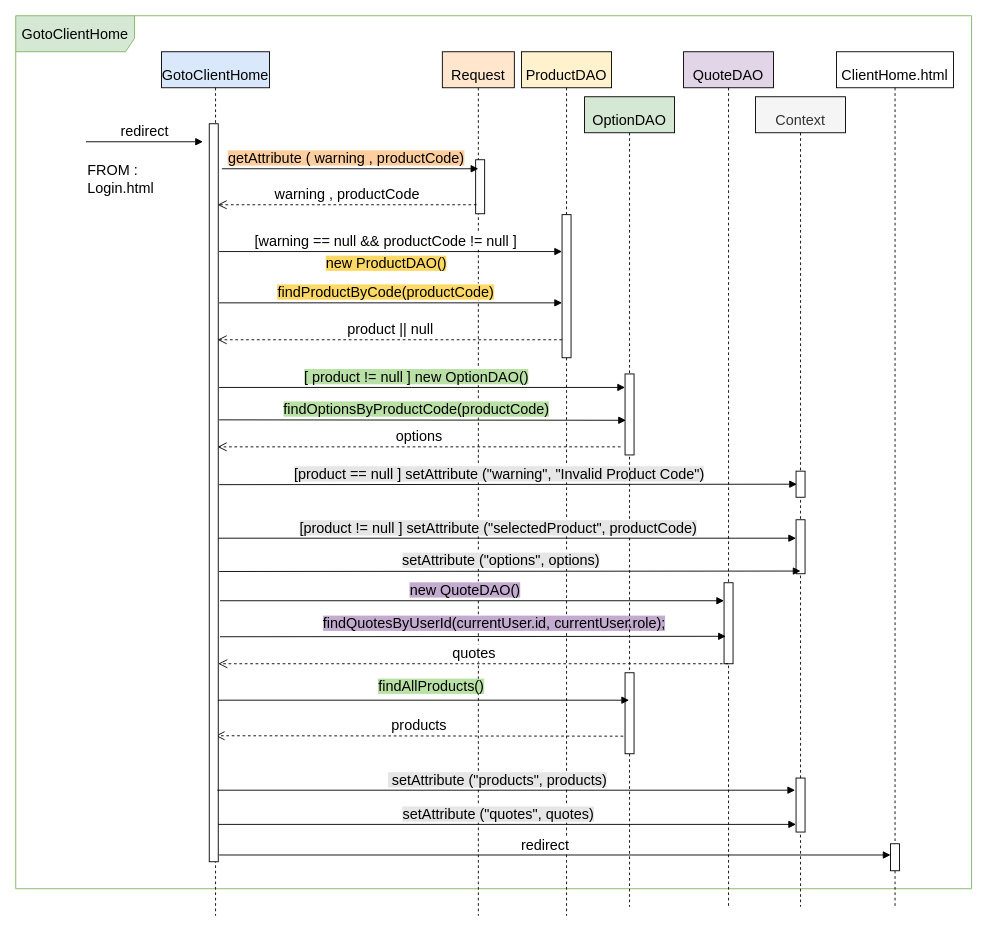
Earlier version of the draw.io diagram documentation/PureHTML_files_drawio/GotoClientHome.drawio (ManuMerlo/Web-App-Project-TIW-2022-Inghilleri-Merlo). Source tidied: cells renumbered, new cells numbered last; positions are measured from the earlier drawing's top-left corner, leaving out a move shared by most shapes. Both pictures are drawn from the tidied source at 90%, with x=0, y=0 at pixel (15, 15).
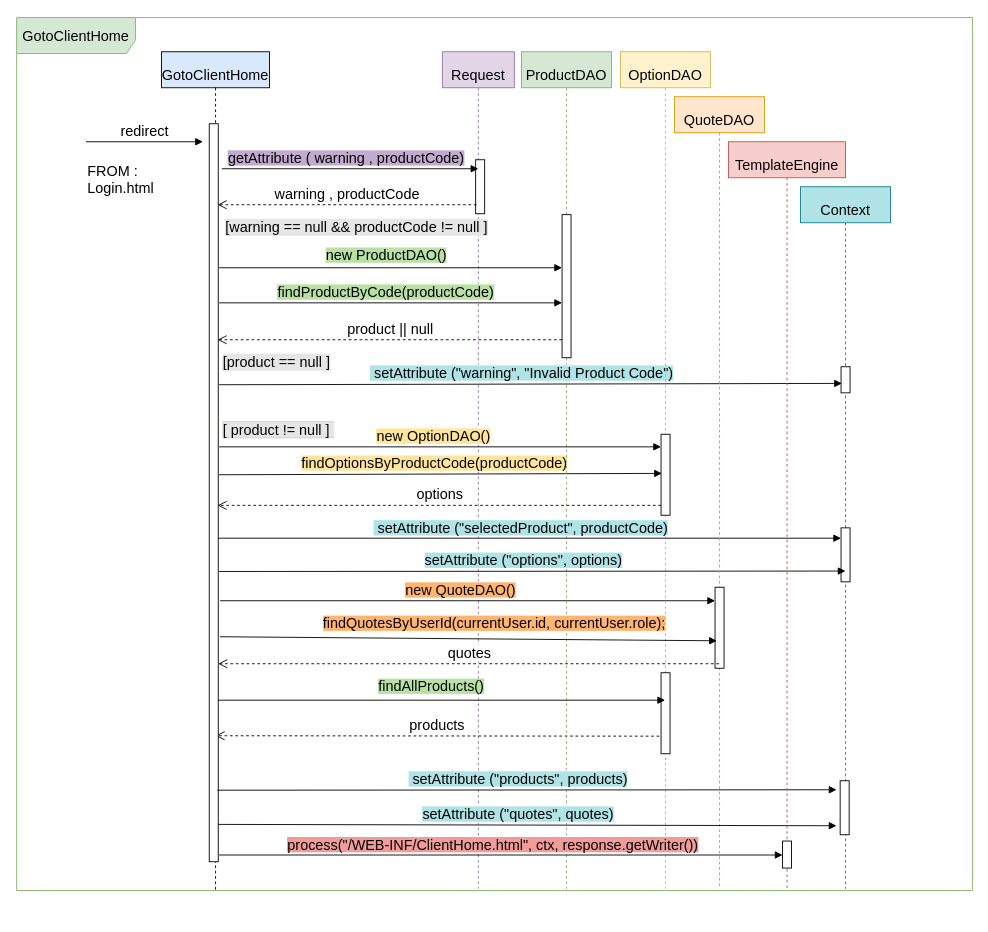
The same page after the edit.

The change refers to these unchanged cells:
```xml
<mxCell id="15" style="html=1;points=[];perimeter=orthogonalPerimeter;fontSize=16;" parent="14" vertex="1">
  <mxGeometry x="45" y="181" width="10" height="159" as="geometry" />
</mxCell>
```

The edit, as a diff of the source:
```diff
@@
+    <mxCell id="3" value="&lt;font style=&quot;font-size: 16px;&quot;&gt;GotoClientHome&lt;/font&gt;" style="shape=umlLifeline;perimeter=lifelinePerimeter;whiteSpace=wrap;html=1;fontSize=33;align=center;fillColor=#dae8fc;strokeColor=#000000;" parent="1" vertex="1">
+      <mxGeometry x="162" y="40" width="120" height="932" as="geometry" />
+    </mxCell>
-    <mxCell id="2" value="GotoClientHome" style="shape=umlFrame;whiteSpace=wrap;html=1;fontSize=16;width=132;height=40;fillColor=#d5e8d4;strokeColor=#82b366;" parent="1" vertex="1">
-      <mxGeometry width="1062" height="970" as="geometry" />
+    <mxCell id="2" value="GotoClientHome" style="shape=umlFrame;whiteSpace=wrap;html=1;fontSize=16;width=132;height=40;fillColor=#d5e8d4;strokeColor=#82b366;" parent="3" vertex="1">
+      <mxGeometry x="-161" y="-38" width="1062" height="970" as="geometry" />
     </mxCell>
-    <mxCell id="3" value="&lt;font style=&quot;font-size: 16px;&quot;&gt;GotoClientHome&lt;/font&gt;" style="shape=umlLifeline;perimeter=lifelinePerimeter;whiteSpace=wrap;html=1;fontSize=33;align=center;fillColor=#dae8fc;strokeColor=#000000;" parent="1" vertex="1">
-      <mxGeometry x="162" y="40" width="120" height="960" as="geometry" />
-    </mxCell>
+    <mxCell id="44" value="&lt;span style=&quot;font-size: 16px; background-color: rgb(230, 230, 230);&quot;&gt;[ product != null ]&amp;nbsp;&lt;/span&gt;" style="text;html=1;strokeColor=none;fillColor=none;align=center;verticalAlign=middle;whiteSpace=wrap;rounded=0;labelBackgroundColor=#B9E0A5;" parent="3" vertex="1">
+      <mxGeometry x="60" y="405" width="140" height="30" as="geometry" />
+    </mxCell>
-    <mxCell id="4" value="&lt;span style=&quot;font-size: 16px;&quot;&gt;Request&lt;/span&gt;" style="shape=umlLifeline;perimeter=lifelinePerimeter;whiteSpace=wrap;html=1;fontSize=33;align=center;fillColor=#ffe6cc;strokeColor=#000000;" parent="1" vertex="1">
-      <mxGeometry x="474" y="40" width="80" height="960" as="geometry" />
+    <mxCell id="4" value="&lt;span style=&quot;font-size: 16px;&quot;&gt;Request&lt;/span&gt;" style="shape=umlLifeline;perimeter=lifelinePerimeter;whiteSpace=wrap;html=1;fontSize=33;align=center;fillColor=#e1d5e7;strokeColor=#9673a6;" parent="1" vertex="1">
+      <mxGeometry x="474" y="40" width="80" height="930" as="geometry" />
     </mxCell>
@@
-    <mxCell id="6" value="&lt;span style=&quot;background-color: rgb(185, 224, 165);&quot;&gt;findOptionsByProductCode(productCode)&lt;/span&gt;" style="html=1;verticalAlign=bottom;endArrow=block;rounded=0;fontSize=16;entryX=0.1;entryY=0.572;entryDx=0;entryDy=0;entryPerimeter=0;" parent="4" edge="1" target="27">
+    <mxCell id="6" value="&lt;span style=&quot;background-color: rgb(255, 229, 153);&quot;&gt;findOptionsByProductCode(productCode)&lt;/span&gt;" style="html=1;verticalAlign=bottom;endArrow=block;rounded=0;fontSize=16;entryX=0.1;entryY=0.572;entryDx=0;entryDy=0;entryPerimeter=0;" parent="4" edge="1">
       <mxGeometry x="-0.03" relative="1" as="geometry">
-        <mxPoint x="-248" y="409" as="sourcePoint" />
+        <mxPoint x="-248" y="470" as="sourcePoint" />
+        <mxPoint x="244" y="468.5" as="targetPoint" />
       </mxGeometry>
     </mxCell>
-    <mxCell id="7" value="&lt;span style=&quot;background-color: rgb(195, 171, 208);&quot;&gt;new QuoteDAO()&lt;/span&gt;" style="html=1;verticalAlign=bottom;endArrow=block;rounded=0;fontSize=16;" parent="4" edge="1" target="34">
+    <mxCell id="7" value="&lt;span style=&quot;background-color: rgb(255, 181, 112);&quot;&gt;new QuoteDAO()&lt;/span&gt;" style="html=1;verticalAlign=bottom;endArrow=block;rounded=0;fontSize=16;" parent="4" edge="1" target="34">
       <mxGeometry x="-0.03" relative="1" as="geometry">
         <mxPoint x="-247" y="610" as="sourcePoint" />
       </mxGeometry>
     </mxCell>
@@
-    <mxCell id="12" value="&lt;span style=&quot;background-color: rgb(255, 206, 159);&quot;&gt;getAttribute ( warning , productCode)&lt;/span&gt;" style="html=1;verticalAlign=bottom;endArrow=block;rounded=0;fontSize=16;" parent="1" edge="1">
+    <mxCell id="12" value="&lt;span style=&quot;background-color: rgb(195, 171, 208);&quot;&gt;getAttribute ( warning , productCode)&lt;/span&gt;" style="html=1;verticalAlign=bottom;endArrow=block;rounded=0;fontSize=16;" parent="1" edge="1">
       <mxGeometry x="-0.03" relative="1" as="geometry">
         <mxPoint x="229" y="170" as="sourcePoint" />
         <mxPoint x="514" y="170" as="targetPoint" />
       </mxGeometry>
     </mxCell>
@@
-    <mxCell id="14" value="&lt;span style=&quot;font-size: 16px;&quot;&gt;ProductDAO&lt;/span&gt;" style="shape=umlLifeline;perimeter=lifelinePerimeter;whiteSpace=wrap;html=1;fontSize=33;align=center;fillColor=#fff2cc;strokeColor=#000000;" parent="1" vertex="1">
-      <mxGeometry x="562" y="40" width="100" height="960" as="geometry" />
+    <mxCell id="14" value="&lt;span style=&quot;font-size: 16px;&quot;&gt;ProductDAO&lt;/span&gt;" style="shape=umlLifeline;perimeter=lifelinePerimeter;whiteSpace=wrap;html=1;fontSize=33;align=center;fillColor=#d5e8d4;strokeColor=#82b366;" parent="1" vertex="1">
+      <mxGeometry x="562" y="40" width="100" height="930" as="geometry" />
     </mxCell>
@@
-    <mxCell id="16" value="&lt;span style=&quot;background-color: rgb(195, 171, 208);&quot;&gt;findQuotesByUserId(currentUser.id, currentUser.role);&lt;/span&gt;" style="text;html=1;strokeColor=none;fillColor=none;align=center;verticalAlign=middle;whiteSpace=wrap;rounded=0;fontSize=16;" parent="14" vertex="1">
+    <mxCell id="16" value="&lt;span style=&quot;background-color: rgb(255, 181, 112);&quot;&gt;findQuotesByUserId(currentUser.id, currentUser.role);&lt;/span&gt;" style="text;html=1;strokeColor=none;fillColor=none;align=center;verticalAlign=middle;whiteSpace=wrap;rounded=0;fontSize=16;" parent="14" vertex="1">
       <mxGeometry x="-320" y="620" width="580" height="30" as="geometry" />
     </mxCell>
-    <mxCell id="17" value="[warning == null &amp;amp;&amp;amp; productCode != null ]" style="html=1;verticalAlign=bottom;endArrow=block;rounded=0;fontSize=16;" parent="1" edge="1" target="15">
+    <mxCell id="17" style="html=1;verticalAlign=bottom;endArrow=block;rounded=0;fontSize=16;" parent="1" edge="1">
       <mxGeometry x="-0.03" relative="1" as="geometry">
-        <mxPoint x="226" y="262" as="sourcePoint" />
+        <mxPoint x="226" y="280" as="sourcePoint" />
+        <mxPoint x="607" y="280" as="targetPoint" />
       </mxGeometry>
     </mxCell>
-    <mxCell id="18" value="&lt;span style=&quot;background-color: rgb(255, 217, 102);&quot;&gt;new ProductDAO()&lt;/span&gt;" style="text;html=1;strokeColor=none;fillColor=none;align=center;verticalAlign=middle;whiteSpace=wrap;rounded=0;fontSize=16;" parent="1" vertex="1">
-      <mxGeometry x="332" y="260" width="160" height="30" as="geometry" />
+    <mxCell id="18" value="&lt;span style=&quot;background-color: rgb(185, 224, 165);&quot;&gt;new ProductDAO()&lt;/span&gt;" style="text;html=1;strokeColor=none;fillColor=none;align=center;verticalAlign=middle;whiteSpace=wrap;rounded=0;fontSize=16;" parent="1" vertex="1">
+      <mxGeometry x="332" y="251" width="160" height="30" as="geometry" />
     </mxCell>
-    <mxCell id="19" value="&lt;span style=&quot;background-color: rgb(255, 217, 102);&quot;&gt;findProductByCode(productCode)&lt;/span&gt;" style="html=1;verticalAlign=bottom;endArrow=block;rounded=0;fontSize=16;" parent="1" edge="1">
+    <mxCell id="19" value="&lt;span style=&quot;background-color: rgb(185, 224, 165);&quot;&gt;findProductByCode(productCode)&lt;/span&gt;" style="html=1;verticalAlign=bottom;endArrow=block;rounded=0;fontSize=16;" parent="1" edge="1">
       <mxGeometry x="-0.03" relative="1" as="geometry">
         <mxPoint x="226" y="319" as="sourcePoint" />
         <mxPoint x="607" y="319" as="targetPoint" />
       </mxGeometry>
     </mxCell>
@@
-    <mxCell id="21" value="&lt;span style=&quot;font-size: 16px;&quot;&gt;Context&lt;/span&gt;" style="shape=umlLifeline;perimeter=lifelinePerimeter;whiteSpace=wrap;html=1;fontSize=33;align=center;fillColor=#f5f5f5;strokeColor=#000000;fontColor=#333333;" parent="1" vertex="1">
-      <mxGeometry x="822" y="90" width="100" height="900" as="geometry" />
+    <mxCell id="21" value="&lt;span style=&quot;font-size: 16px;&quot;&gt;Context&lt;/span&gt;" style="shape=umlLifeline;perimeter=lifelinePerimeter;whiteSpace=wrap;html=1;fontSize=33;align=center;fillColor=#b0e3e6;strokeColor=#0e8088;" parent="1" vertex="1">
+      <mxGeometry x="872" y="190" width="100" height="780" as="geometry" />
     </mxCell>
     <mxCell id="22" style="html=1;points=[];perimeter=orthogonalPerimeter;fontSize=16;" parent="21" vertex="1">
-      <mxGeometry x="45" y="470" width="10" height="60" as="geometry" />
+      <mxGeometry x="45" y="379" width="10" height="60" as="geometry" />
     </mxCell>
     <mxCell id="23" style="html=1;points=[];perimeter=orthogonalPerimeter;fontSize=16;" parent="21" vertex="1">
-      <mxGeometry x="45" y="416" width="10" height="29" as="geometry" />
+      <mxGeometry x="45" y="200" width="10" height="29" as="geometry" />
     </mxCell>
-    <mxCell id="24" style="html=1;perimeter=orthogonalPerimeter;fontSize=16;" parent="21" vertex="1">
-      <mxGeometry x="45" y="757" width="10" height="60" as="geometry" />
-    </mxCell>
+    <mxCell id="45" style="html=1;perimeter=orthogonalPerimeter;fontSize=16;" parent="21" vertex="1">
+      <mxGeometry x="44" y="660" width="10" height="60" as="geometry" />
+    </mxCell>
-    <mxCell id="25" value="&lt;span style=&quot;background-color: rgb(230, 230, 230);&quot;&gt;[product == null ] setAttribute (&quot;warning&quot;, &quot;Invalid Product Code&quot;)&lt;/span&gt;" style="html=1;verticalAlign=bottom;endArrow=block;rounded=0;fontSize=16;entryX=0.1;entryY=0.5;entryDx=0;entryDy=0;entryPerimeter=0;" parent="1" edge="1" target="23">
+    <mxCell id="25" value="&lt;span style=&quot;background-color: rgb(176, 227, 230);&quot;&gt;&amp;nbsp;setAttribute (&quot;warning&quot;, &quot;Invalid Product Code&quot;)&lt;/span&gt;" style="html=1;verticalAlign=bottom;endArrow=block;rounded=0;fontSize=16;entryX=0.1;entryY=0.5;entryDx=0;entryDy=0;entryPerimeter=0;" parent="1" edge="1">
       <mxGeometry x="-0.03" relative="1" as="geometry">
-        <mxPoint x="226" y="521" as="sourcePoint" />
+        <mxPoint x="226" y="410" as="sourcePoint" />
+        <mxPoint x="918" y="408.5" as="targetPoint" />
       </mxGeometry>
     </mxCell>
-    <mxCell id="26" value="&lt;span style=&quot;font-size: 16px;&quot;&gt;OptionDAO&lt;/span&gt;" style="shape=umlLifeline;perimeter=lifelinePerimeter;whiteSpace=wrap;html=1;outlineConnect=0;fontSize=33;align=center;fillColor=#d5e8d4;strokeColor=#000000;" parent="1" vertex="1">
-      <mxGeometry x="632" y="90" width="100" height="900" as="geometry" />
+    <mxCell id="26" value="&lt;span style=&quot;font-size: 16px;&quot;&gt;OptionDAO&lt;/span&gt;" style="shape=umlLifeline;perimeter=lifelinePerimeter;whiteSpace=wrap;html=1;outlineConnect=0;fontSize=33;align=center;fillColor=#fff2cc;strokeColor=#d6b656;" parent="1" vertex="1">
+      <mxGeometry x="672" y="40" width="100" height="930" as="geometry" />
     </mxCell>
     <mxCell id="27" style="html=1;points=[];perimeter=orthogonalPerimeter;fontSize=16;" parent="26" vertex="1">
-      <mxGeometry x="45" y="308" width="10" height="90" as="geometry" />
+      <mxGeometry x="45" y="425" width="10" height="90" as="geometry" />
     </mxCell>
     <mxCell id="28" style="html=1;points=[];perimeter=orthogonalPerimeter;fontSize=16;" parent="26" vertex="1">
-      <mxGeometry x="45" y="640" width="10" height="90" as="geometry" />
+      <mxGeometry x="45" y="690" width="10" height="90" as="geometry" />
     </mxCell>
-    <mxCell id="29" value="&lt;span style=&quot;background-color: rgb(185, 224, 165);&quot;&gt;[ product != null ] new OptionDAO()&lt;/span&gt;" style="html=1;verticalAlign=bottom;endArrow=block;rounded=0;fontSize=16;" parent="1" edge="1" target="27">
+    <mxCell id="29" value="&lt;span style=&quot;background-color: rgb(255, 229, 153);&quot;&gt;new OptionDAO()&lt;/span&gt;" style="html=1;verticalAlign=bottom;endArrow=block;rounded=0;fontSize=16;" parent="1" edge="1">
       <mxGeometry x="-0.03" relative="1" as="geometry">
-        <mxPoint x="226" y="413" as="sourcePoint" />
+        <mxPoint x="226" y="479" as="sourcePoint" />
+        <mxPoint x="717" y="479" as="targetPoint" />
       </mxGeometry>
     </mxCell>
     <mxCell id="30" value="options" style="html=1;verticalAlign=bottom;endArrow=open;dashed=1;endSize=8;rounded=0;fontSize=16;" parent="1" edge="1">
       <mxGeometry relative="1" as="geometry">
-        <mxPoint x="672" y="479" as="sourcePoint" />
-        <mxPoint x="224.3" y="479" as="targetPoint" />
+        <mxPoint x="717" y="544" as="sourcePoint" />
+        <mxPoint x="224.3" y="544" as="targetPoint" />
       </mxGeometry>
     </mxCell>
-    <mxCell id="31" value="&lt;span style=&quot;background-color: rgb(230, 230, 230);&quot;&gt;[product != null ] setAttribute (&quot;selectedProduct&quot;, productCode)&lt;/span&gt;" style="html=1;verticalAlign=bottom;endArrow=block;rounded=0;fontSize=16;" parent="1" edge="1" target="22">
+    <mxCell id="31" value="&lt;span style=&quot;background-color: rgb(176, 227, 230);&quot;&gt;&amp;nbsp;setAttribute (&quot;selectedProduct&quot;, productCode)&lt;/span&gt;" style="html=1;verticalAlign=bottom;endArrow=block;rounded=0;fontSize=16;" parent="1" edge="1" target="22">
       <mxGeometry x="-0.03" relative="1" as="geometry">
         <mxPoint x="225" y="580.5" as="sourcePoint" />
       </mxGeometry>
     </mxCell>
-    <mxCell id="32" value="&lt;span style=&quot;background-color: rgb(230, 230, 230);&quot;&gt;setAttribute (&quot;options&quot;, options)&lt;/span&gt;" style="html=1;verticalAlign=bottom;endArrow=block;rounded=0;fontSize=16;entryX=0.5;entryY=0.95;entryDx=0;entryDy=0;entryPerimeter=0;" parent="1" edge="1" target="22">
+    <mxCell id="32" value="&lt;span style=&quot;background-color: rgb(176, 227, 230);&quot;&gt;setAttribute (&quot;options&quot;, options)&lt;/span&gt;" style="html=1;verticalAlign=bottom;endArrow=block;rounded=0;fontSize=16;" parent="1" edge="1">
       <mxGeometry x="-0.03" relative="1" as="geometry">
         <mxPoint x="226" y="617.5" as="sourcePoint" />
+        <mxPoint x="922" y="617" as="targetPoint" />
       </mxGeometry>
     </mxCell>
-    <mxCell id="33" value="&lt;span style=&quot;font-size: 16px;&quot;&gt;QuoteDAO&lt;/span&gt;" style="shape=umlLifeline;perimeter=lifelinePerimeter;whiteSpace=wrap;html=1;outlineConnect=0;fontSize=33;align=center;fillColor=#e1d5e7;strokeColor=#000000;" parent="1" vertex="1">
-      <mxGeometry x="742" y="40" width="100" height="950" as="geometry" />
+    <mxCell id="33" value="&lt;span style=&quot;font-size: 16px;&quot;&gt;QuoteDAO&lt;/span&gt;" style="shape=umlLifeline;perimeter=lifelinePerimeter;whiteSpace=wrap;html=1;outlineConnect=0;fontSize=33;align=center;fillColor=#ffe6cc;strokeColor=#d79b00;" parent="1" vertex="1">
+      <mxGeometry x="732" y="90" width="100" height="880" as="geometry" />
     </mxCell>
     <mxCell id="34" style="html=1;points=[];perimeter=orthogonalPerimeter;fontSize=16;" parent="33" vertex="1">
-      <mxGeometry x="45" y="590" width="10" height="90" as="geometry" />
+      <mxGeometry x="45" y="545" width="10" height="90" as="geometry" />
     </mxCell>
@@
-    <mxCell id="39" value="&lt;span style=&quot;background-color: rgb(230, 230, 230);&quot;&gt;&amp;nbsp;setAttribute (&quot;products&quot;, products)&lt;/span&gt;" style="html=1;verticalAlign=bottom;endArrow=block;rounded=0;fontSize=16;" parent="1" edge="1">
+    <mxCell id="39" value="&lt;span style=&quot;background-color: rgb(176, 227, 230);&quot;&gt;&amp;nbsp;setAttribute (&quot;products&quot;, products)&lt;/span&gt;" style="html=1;verticalAlign=bottom;endArrow=block;rounded=0;fontSize=16;" parent="1" edge="1">
       <mxGeometry x="-0.03" relative="1" as="geometry">
         <mxPoint x="224" y="860.5" as="sourcePoint" />
-        <mxPoint x="866" y="860.5" as="targetPoint" />
+        <mxPoint x="912" y="860" as="targetPoint" />
       </mxGeometry>
     </mxCell>
-    <mxCell id="40" value="&lt;span style=&quot;background-color: rgb(230, 230, 230);&quot;&gt;setAttribute (&quot;quotes&quot;, quotes)&lt;/span&gt;" style="html=1;verticalAlign=bottom;endArrow=block;rounded=0;fontSize=16;" parent="1" edge="1">
+    <mxCell id="40" value="&lt;span style=&quot;background-color: rgb(176, 227, 230);&quot;&gt;setAttribute (&quot;quotes&quot;, quotes)&lt;/span&gt;" style="html=1;verticalAlign=bottom;endArrow=block;rounded=0;fontSize=16;" parent="1" edge="1">
       <mxGeometry x="-0.03" relative="1" as="geometry">
         <mxPoint x="225" y="898.5" as="sourcePoint" />
-        <mxPoint x="867" y="898.5" as="targetPoint" />
+        <mxPoint x="912" y="900" as="targetPoint" />
       </mxGeometry>
     </mxCell>
-    <mxCell id="41" value="&lt;span style=&quot;font-size: 16px;&quot;&gt;ClientHome.html&lt;/span&gt;" style="shape=umlLifeline;perimeter=lifelinePerimeter;whiteSpace=wrap;html=1;fontSize=33;align=center;" parent="1" vertex="1">
-      <mxGeometry x="912" y="40" width="130" height="950" as="geometry" />
+    <mxCell id="41" value="&lt;span style=&quot;font-size: 16px;&quot;&gt;TemplateEngine&lt;/span&gt;" style="shape=umlLifeline;perimeter=lifelinePerimeter;whiteSpace=wrap;html=1;fontSize=33;align=center;fillColor=#f8cecc;strokeColor=#b85450;" parent="1" vertex="1">
+      <mxGeometry x="792" y="140" width="130" height="830" as="geometry" />
     </mxCell>
     <mxCell id="42" style="html=1;points=[];perimeter=orthogonalPerimeter;fontSize=16;" parent="41" vertex="1">
-      <mxGeometry x="60" y="880" width="10" height="30" as="geometry" />
+      <mxGeometry x="60" y="777" width="10" height="30" as="geometry" />
     </mxCell>
-    <mxCell id="43" value="redirect" style="html=1;verticalAlign=bottom;endArrow=block;rounded=0;fontSize=16;" parent="1" edge="1" target="42">
+    <mxCell id="43" value="&lt;span style=&quot;background-color: rgb(241, 156, 153);&quot;&gt;process(&quot;/WEB-INF/ClientHome.html&quot;, ctx, response.getWriter())&lt;/span&gt;" style="html=1;verticalAlign=bottom;endArrow=block;rounded=0;fontSize=16;" parent="1" edge="1" target="42">
       <mxGeometry x="-0.03" relative="1" as="geometry">
         <mxPoint x="226" y="932.5" as="sourcePoint" />
       </mxGeometry>
     </mxCell>
+    <mxCell id="46" value="&lt;span style=&quot;font-size: 16px; background-color: rgb(230, 230, 230);&quot;&gt;[warning == null &amp;amp;&amp;amp; productCode != null ]&lt;/span&gt;" style="text;html=1;strokeColor=none;fillColor=none;align=center;verticalAlign=middle;whiteSpace=wrap;rounded=0;labelBackgroundColor=#E6E6E6;" parent="1" vertex="1">
+      <mxGeometry x="204" y="220" width="350" height="30" as="geometry" />
+    </mxCell>
+    <mxCell id="47" value="&lt;span style=&quot;font-size: 16px;&quot;&gt;[product == null ]&lt;/span&gt;" style="text;html=1;strokeColor=none;fillColor=none;align=center;verticalAlign=middle;whiteSpace=wrap;rounded=0;labelBackgroundColor=#E6E6E6;" parent="1" vertex="1">
+      <mxGeometry x="225" y="370" width="130" height="30" as="geometry" />
+    </mxCell>
```
